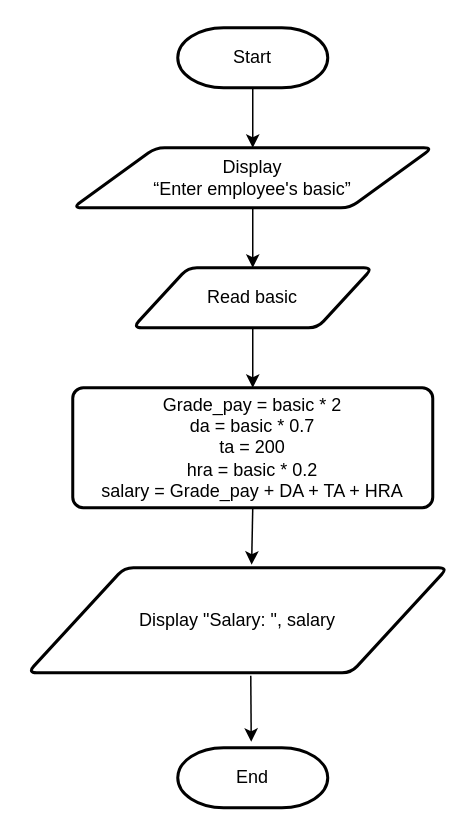
The draw.io diagram page "Question 9" (9 of 9) of Untitled Diagram.drawio in peiYueh/google-sheet-node, before the edit. Source tidied: cells renumbered, new cells numbered last; positions are measured from the earlier drawing's top-left corner, leaving out a move shared by most shapes. Both pictures are drawn from the tidied source at 150%, with x=0, y=0 at pixel (27, 27).
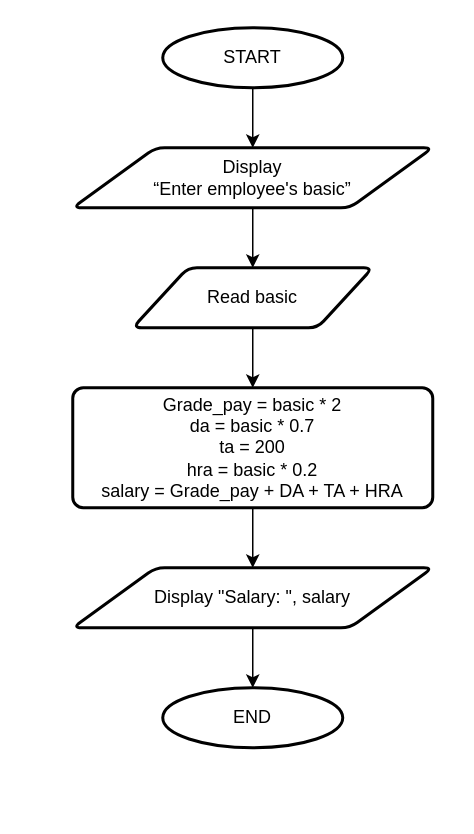
Above is the later version.

What changed in the source:
```diff
@@
 <mxGraphModel>
   <root>
     <mxCell id="0" />
     <mxCell id="1" parent="0" />
     <mxCell id="2" style="edgeStyle=orthogonalEdgeStyle;rounded=0;jettySize=auto;html=1;" parent="1" edge="1" source="3" target="4">
       <mxGeometry relative="1" as="geometry" />
     </mxCell>
     <mxCell id="3" value="Display&lt;br&gt;“Enter employee's basic”" style="shape=parallelogram;html=1;strokeWidth=2;perimeter=parallelogramPerimeter;whiteSpace=wrap;rounded=1;arcSize=12;size=0.23;" parent="1" vertex="1">
       <mxGeometry x="30" y="80" width="240" height="40" as="geometry" />
     </mxCell>
     <mxCell id="4" value="Read basic" style="shape=parallelogram;html=1;strokeWidth=2;perimeter=parallelogramPerimeter;whiteSpace=wrap;rounded=1;arcSize=12;size=0.23;" parent="1" vertex="1">
       <mxGeometry x="70" y="160" width="160" height="40" as="geometry" />
     </mxCell>
+    <mxCell id="11" style="edgeStyle=orthogonalEdgeStyle;rounded=0;jettySize=auto;html=1;exitX=0.5;exitY=1;exitDx=0;exitDy=0;entryX=0.5;entryY=0;entryDx=0;entryDy=0;" parent="1" edge="1" source="5" target="6">
+      <mxGeometry relative="1" as="geometry" />
+    </mxCell>
     <mxCell id="5" value="Grade_pay = basic * 2&lt;br&gt;da = basic * 0.7&lt;br&gt;ta = 200&lt;br&gt;hra = basic * 0.2&lt;br&gt;salary = Grade_pay + DA + TA + HRA" style="rounded=1;whiteSpace=wrap;html=1;absoluteArcSize=1;arcSize=14;strokeWidth=2;" parent="1" vertex="1">
       <mxGeometry x="30" y="240" width="240" height="80" as="geometry" />
     </mxCell>
+    <mxCell id="13" style="edgeStyle=orthogonalEdgeStyle;rounded=0;jettySize=auto;html=1;exitX=0.5;exitY=1;exitDx=0;exitDy=0;entryX=0.5;entryY=0;entryDx=0;entryDy=0;entryPerimeter=0;" parent="1" edge="1" source="6" target="15">
+      <mxGeometry relative="1" as="geometry" />
+    </mxCell>
     <mxCell id="6" value="Display &quot;Salary: &quot;, salary" style="shape=parallelogram;html=1;strokeWidth=2;perimeter=parallelogramPerimeter;whiteSpace=wrap;rounded=1;arcSize=12;size=0.23;" parent="1" vertex="1">
-      <mxGeometry y="360" width="280" height="70" as="geometry" />
+      <mxGeometry x="30" y="360" width="240" height="40" as="geometry" />
     </mxCell>
-    <mxCell id="7" value="End" style="strokeWidth=2;html=1;shape=mxgraph.flowchart.terminator;whiteSpace=wrap;" parent="1" vertex="1">
-      <mxGeometry x="100" y="480" width="100" height="40" as="geometry" />
-    </mxCell>
-    <mxCell id="8" value="Start" style="strokeWidth=2;html=1;shape=mxgraph.flowchart.terminator;whiteSpace=wrap;" parent="1" vertex="1">
-      <mxGeometry x="100" width="100" height="40" as="geometry" />
-    </mxCell>
-    <mxCell id="9" style="endArrow=classic;html=1;entryX=0.5;entryY=0;entryDx=0;entryDy=0;exitX=0.5;exitY=1;exitDx=0;exitDy=0;exitPerimeter=0;" parent="1" edge="1" source="8" target="3">
-      <mxGeometry relative="1" as="geometry" />
+    <mxCell id="9" style="endArrow=classic;html=1;entryX=0.5;entryY=0;entryDx=0;entryDy=0;exitX=0.5;exitY=1;exitDx=0;exitDy=0;exitPerimeter=0;" parent="1" edge="1" target="3">
+      <mxGeometry relative="1" as="geometry">
+        <mxPoint x="150" y="40" as="sourcePoint" />
+      </mxGeometry>
     </mxCell>
     <mxCell id="10" style="endArrow=classic;html=1;exitX=0.5;exitY=1;exitDx=0;exitDy=0;" parent="1" edge="1" source="4">
       <mxGeometry relative="1" as="geometry">
         <mxPoint x="150" y="240" as="targetPoint" />
       </mxGeometry>
     </mxCell>
-    <mxCell id="11" style="endArrow=classic;html=1;exitX=0.5;exitY=1;exitDx=0;exitDy=0;entryX=0.533;entryY=-0.029;entryDx=0;entryDy=0;entryPerimeter=0;" parent="1" edge="1" source="5" target="6">
-      <mxGeometry relative="1" as="geometry" />
-    </mxCell>
-    <mxCell id="12" style="endArrow=classic;html=1;exitX=0.531;exitY=1.029;exitDx=0;exitDy=0;exitPerimeter=0;" parent="1" edge="1" source="6">
-      <mxGeometry relative="1" as="geometry">
-        <mxPoint x="149" y="476" as="targetPoint" />
-      </mxGeometry>
-    </mxCell>
+    <mxCell id="14" value="START" style="strokeWidth=2;html=1;shape=mxgraph.flowchart.start_1;whiteSpace=wrap;" parent="1" vertex="1">
+      <mxGeometry x="90" width="120" height="40" as="geometry" />
+    </mxCell>
+    <mxCell id="15" value="END" style="strokeWidth=2;html=1;shape=mxgraph.flowchart.start_1;whiteSpace=wrap;" parent="1" vertex="1">
+      <mxGeometry x="90" y="440" width="120" height="40" as="geometry" />
+    </mxCell>
   </root>
 </mxGraphModel>
```
